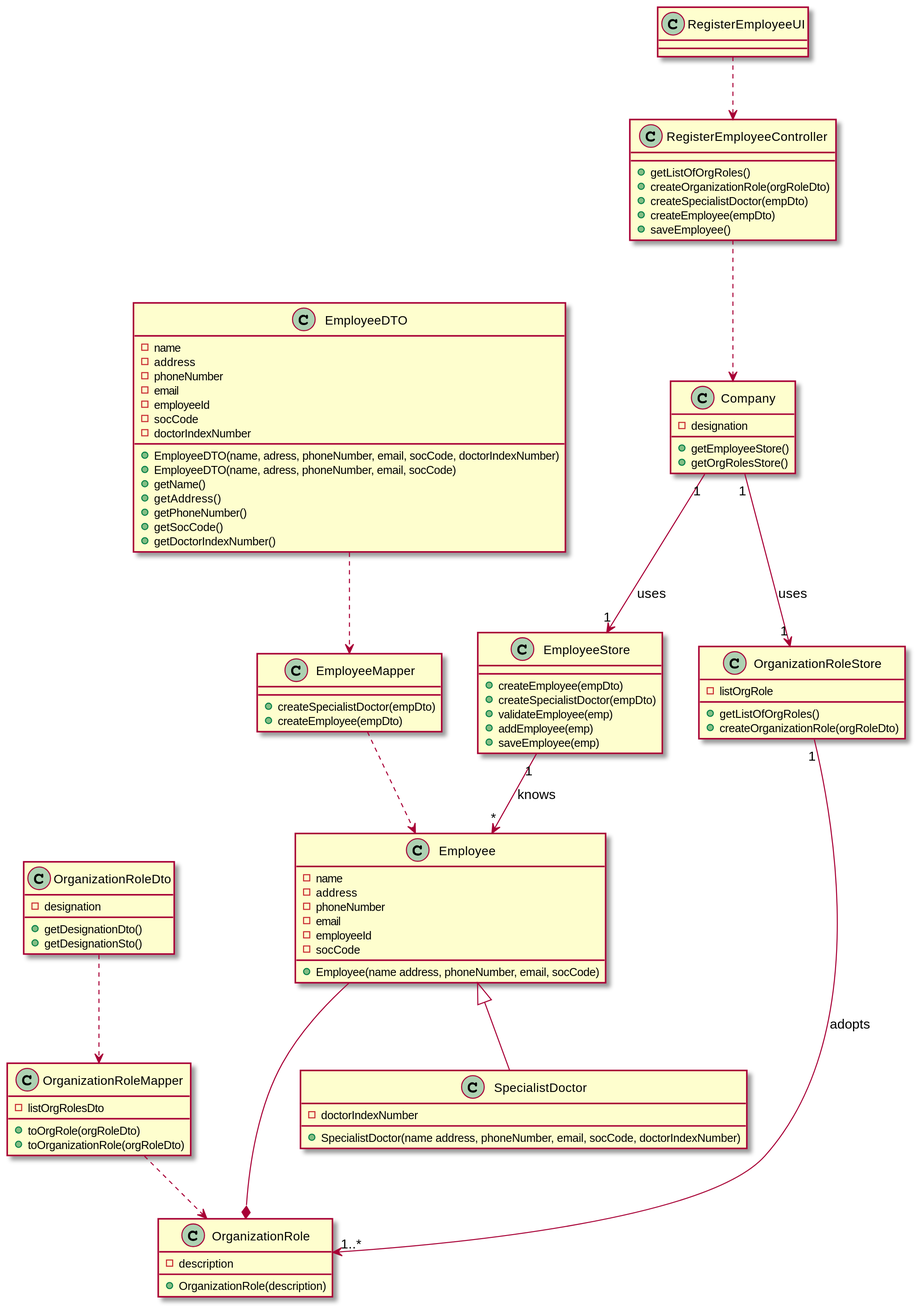
Above: docs/SprintB/US07/US07-CD.svg in manu-07-ela/LAPR2_ISEP (PlantUML), before the change.
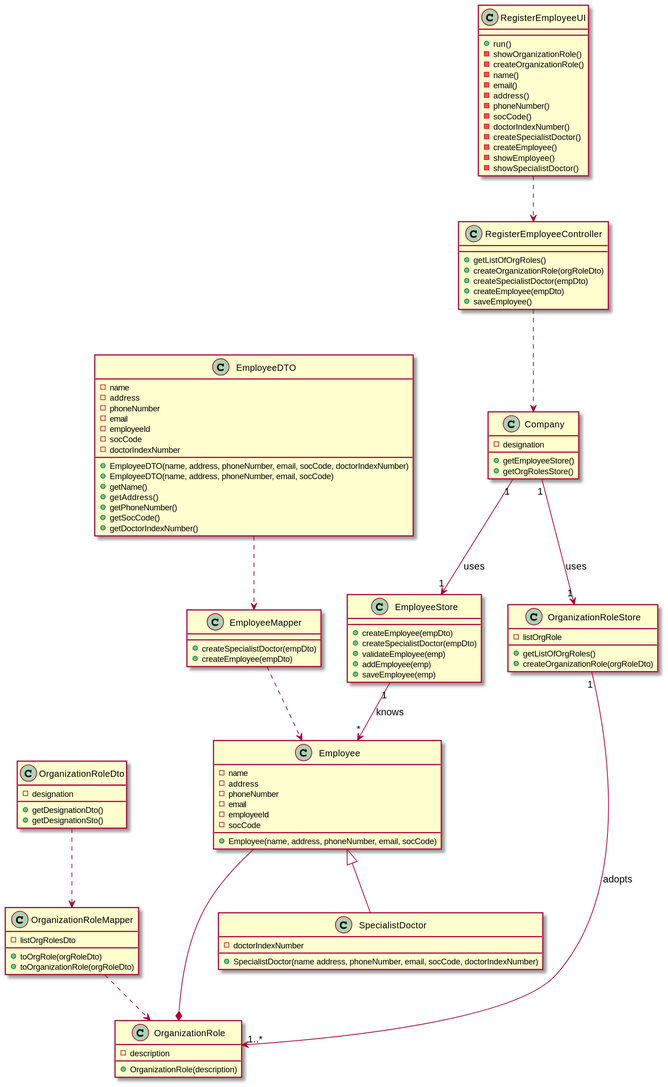
The same file after the commit.

The edit, as a diff of the source:
```diff
@@ -29,7 +29,7 @@
 -email
 -employeeId
 -socCode
-+Employee(name address, phoneNumber, email, socCode)
++Employee(name, address, phoneNumber, email, socCode)
 
 }
 class SpecialistDoctor{
@@ -69,8 +69,8 @@
 -employeeId
 -socCode
 -doctorIndexNumber
-+EmployeeDTO(name, adress, phoneNumber, email, socCode, doctorIndexNumber)
-+EmployeeDTO(name, adress, phoneNumber, email, socCode)
++EmployeeDTO(name, address, phoneNumber, email, socCode, doctorIndexNumber)
++EmployeeDTO(name, address, phoneNumber, email, socCode)
 +getName()
 +getAddress()
 +getPhoneNumber()
@@ -110,6 +110,24 @@
 +getListOfOrgRoles()
 +createOrganizationRole(orgRoleDto)
 }
+class RegisterEmployeeUI{
++run()
+-showOrganizationRole()
+-createOrganizationRole()
+-name()
+-email()
+-address()
+-phoneNumber()
+-socCode()
+-doctorIndexNumber()
+-createSpecialistDoctor()
+-createEmployee()
+-showEmployee()
+-showSpecialistDoctor()
+
+
+}
+
 EmployeeMapper..>Employee
 EmployeeDTO..>EmployeeMapper
 Company "1"-->"1" EmployeeStore : uses
```
